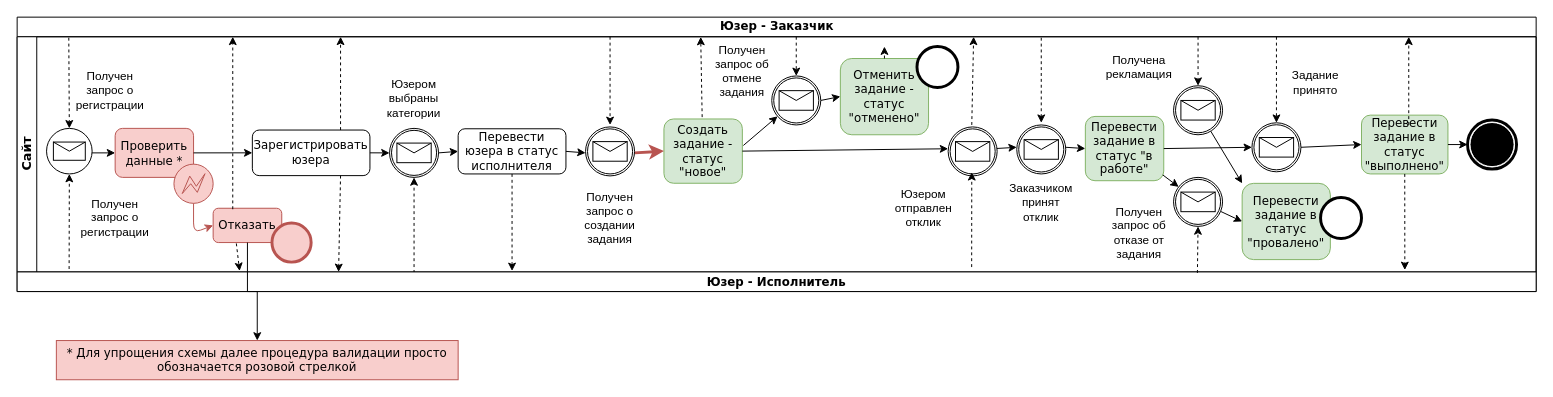
This is Untitled Diagram.drawio from htmlacademy-yii/1820637-task-force-1, a draw.io file, before an edit. Source tidied: cells renumbered, new cells numbered last; positions are measured from the earlier drawing's top-left corner, leaving out a move shared by most shapes. Both pictures are drawn from the tidied source at 98%, with x=0, y=0 at pixel (17, 17).
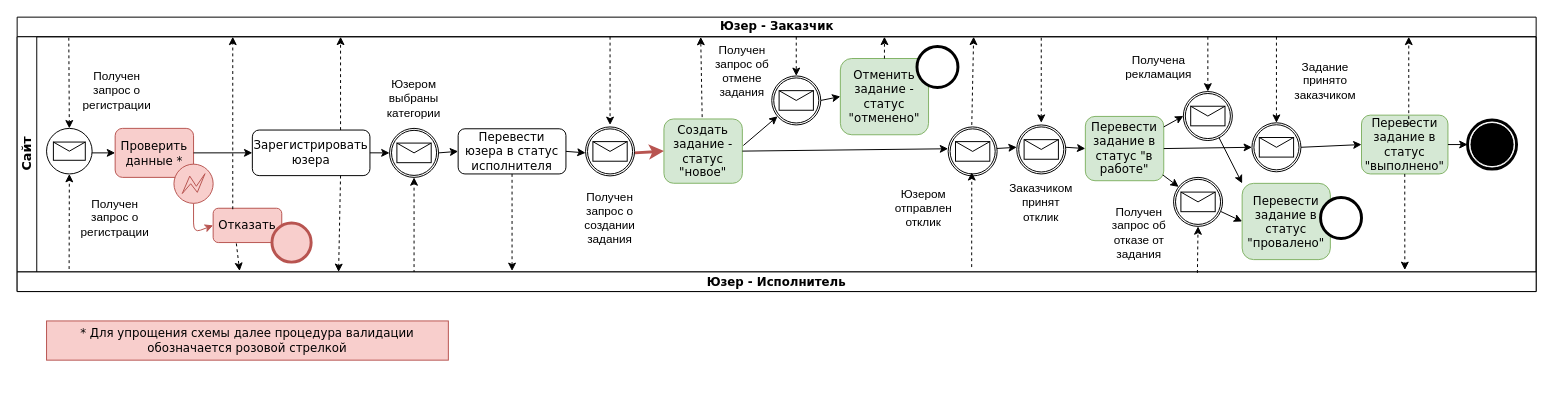
After the change.

The change refers to these unchanged cells:
```xml
<mxCell id="6" value="&lt;div style=&quot;font-size: 13px&quot;&gt;&lt;font face=&quot;Verdana&quot;&gt;Сайт&lt;/font&gt;&lt;/div&gt;" style="swimlane;html=1;startSize=20;horizontal=0;fontSize=13;" parent="2" vertex="1">
  <mxGeometry y="20" width="1550" height="240" as="geometry" />
</mxCell>
<mxCell id="16" value="Отказать" style="rounded=1;whiteSpace=wrap;html=1;shadow=0;labelBackgroundColor=none;strokeWidth=1;fontFamily=Verdana;fontSize=12;align=center;fillColor=#f8cecc;strokeColor=#b85450;" parent="6" vertex="1">
  <mxGeometry x="200" y="175" width="70" height="35" as="geometry" />
</mxCell>
<mxCell id="30" value="Перевести задание в статус &quot;в работе&quot;" style="rounded=1;whiteSpace=wrap;html=1;shadow=0;labelBackgroundColor=none;strokeWidth=1;fontFamily=Verdana;fontSize=12;align=center;fillColor=#d5e8d4;strokeColor=#82b366;" parent="6" vertex="1">
  <mxGeometry x="1090" y="81.3" width="80" height="65.6" as="geometry" />
</mxCell>
<mxCell id="33" value="Отменить задание - статус &quot;отменено&quot;" style="rounded=1;whiteSpace=wrap;html=1;shadow=0;labelBackgroundColor=none;strokeWidth=1;fontFamily=Verdana;fontSize=12;align=center;fillColor=#d5e8d4;strokeColor=#82b366;" parent="6" vertex="1">
  <mxGeometry x="840" y="22.2" width="90" height="77.8" as="geometry" />
</mxCell>
<mxCell id="38" value="Перевести задание в статус &quot;провалено&quot;" style="rounded=1;whiteSpace=wrap;html=1;shadow=0;labelBackgroundColor=none;strokeWidth=1;fontFamily=Verdana;fontSize=12;align=center;fillColor=#d5e8d4;strokeColor=#82b366;" parent="6" vertex="1">
  <mxGeometry x="1250" y="149.6" width="90" height="77.8" as="geometry" />
</mxCell>
```

What changed in the source:
```diff
@@
     <mxCell id="8" value="Получен запрос о регистрации" style="text;html=1;strokeColor=none;fillColor=none;align=center;verticalAlign=middle;whiteSpace=wrap;rounded=0;fontSize=12;" parent="6" vertex="1">
-      <mxGeometry x="70" y="30" width="50" height="50" as="geometry" />
+      <mxGeometry x="76.5" y="30" width="50" height="50" as="geometry" />
     </mxCell>
@@
-    <mxCell id="42" style="endArrow=classic;html=1;fontSize=12;entryX=0;entryY=0;entryDx=0;entryDy=0;" parent="6" edge="1" target="38">
-      <mxGeometry relative="1" as="geometry">
-        <mxPoint x="1218" y="96.4" as="sourcePoint" />
-      </mxGeometry>
+    <mxCell id="42" style="endArrow=classic;html=1;fontSize=12;entryX=0;entryY=0;entryDx=0;entryDy=0;" parent="6" edge="1" source="55" target="38">
+      <mxGeometry relative="1" as="geometry" />
     </mxCell>
     <mxCell id="43" value="Получена рекламация" style="text;html=1;strokeColor=none;fillColor=none;align=center;verticalAlign=middle;whiteSpace=wrap;rounded=0;fontSize=12;" parent="6" vertex="1">
-      <mxGeometry x="1110" y="5.9" width="70" height="50" as="geometry" />
+      <mxGeometry x="1130" y="5.9" width="70" height="50" as="geometry" />
     </mxCell>
@@
-    <mxCell id="45" value="Задание принято" style="text;html=1;strokeColor=none;fillColor=none;align=center;verticalAlign=middle;whiteSpace=wrap;rounded=0;fontSize=12;" parent="6" vertex="1">
-      <mxGeometry x="1290" y="22.2" width="70" height="50" as="geometry" />
+    <mxCell id="45" value="Задание принято заказчиком" style="text;html=1;strokeColor=none;fillColor=none;align=center;verticalAlign=middle;whiteSpace=wrap;rounded=0;fontSize=12;" parent="6" vertex="1">
+      <mxGeometry x="1300" y="20" width="70" height="50" as="geometry" />
     </mxCell>
@@
     <mxCell id="55" style="points=[[0.145,0.145,0],[0.5,0,0],[0.855,0.145,0],[1,0.5,0],[0.855,0.855,0],[0.5,1,0],[0.145,0.855,0],[0,0.5,0]];shape=mxgraph.bpmn.event;html=1;verticalLabelPosition=bottom;labelBackgroundColor=#ffffff;verticalAlign=top;align=center;perimeter=ellipsePerimeter;outlineConnect=0;outline=catching;symbol=message;" parent="6" vertex="1">
-      <mxGeometry x="1180" y="50" width="50" height="50" as="geometry" />
+      <mxGeometry x="1190" y="55.9" width="50" height="50" as="geometry" />
     </mxCell>
@@
+    <mxCell id="78" style="endArrow=classic;html=1;fontSize=12;entryX=0;entryY=0.5;entryDx=0;entryDy=0;entryPerimeter=0;" parent="6" edge="1" source="30" target="55">
+      <mxGeometry relative="1" as="geometry" />
+    </mxCell>
@@
-    <mxCell id="71" value="* Для упрощения схемы далее процедура валидации просто обозначается розовой стрелкой" style="text;html=1;strokeColor=#b85450;fillColor=#f8cecc;align=center;verticalAlign=middle;whiteSpace=wrap;rounded=0;fontFamily=Verdana;fontSize=12;" parent="1" vertex="1">
-      <mxGeometry x="40" y="330" width="410" height="40" as="geometry" />
+    <mxCell id="71" value="* Для упрощения схемы далее процедура валидации обозначается розовой стрелкой" style="text;html=1;strokeColor=#b85450;fillColor=#f8cecc;align=center;verticalAlign=middle;whiteSpace=wrap;rounded=0;fontFamily=Verdana;fontSize=12;" parent="1" vertex="1">
+      <mxGeometry x="30" y="310" width="410" height="40" as="geometry" />
     </mxCell>
     <mxCell id="72" style="endArrow=classic;html=1;dashed=1;fontSize=12;exitX=0.5;exitY=0;exitDx=0;exitDy=0;" parent="1" edge="1" source="33">
       <mxGeometry relative="1" as="geometry">
-        <mxPoint x="885" y="30" as="targetPoint" />
+        <mxPoint x="885" y="20" as="targetPoint" />
       </mxGeometry>
     </mxCell>
-    <mxCell id="73" style="endArrow=classic;html=1;dashed=1;fontSize=12;entryX=0.5;entryY=0;entryDx=0;entryDy=0;entryPerimeter=0;" parent="1" edge="1">
+    <mxCell id="73" style="endArrow=classic;html=1;dashed=1;fontSize=12;entryX=0.5;entryY=0;entryDx=0;entryDy=0;entryPerimeter=0;" parent="1" edge="1" target="55">
       <mxGeometry relative="1" as="geometry">
-        <mxPoint x="1205" y="20" as="sourcePoint" />
-        <mxPoint x="1205" y="70" as="targetPoint" />
+        <mxPoint x="1215" y="20" as="sourcePoint" />
       </mxGeometry>
     </mxCell>
@@
-    <mxCell id="77" style="edgeStyle=orthogonalEdgeStyle;rounded=0;jettySize=auto;html=1;" parent="1" edge="1" source="16" target="71">
-      <mxGeometry relative="1" as="geometry" />
-    </mxCell>
```
